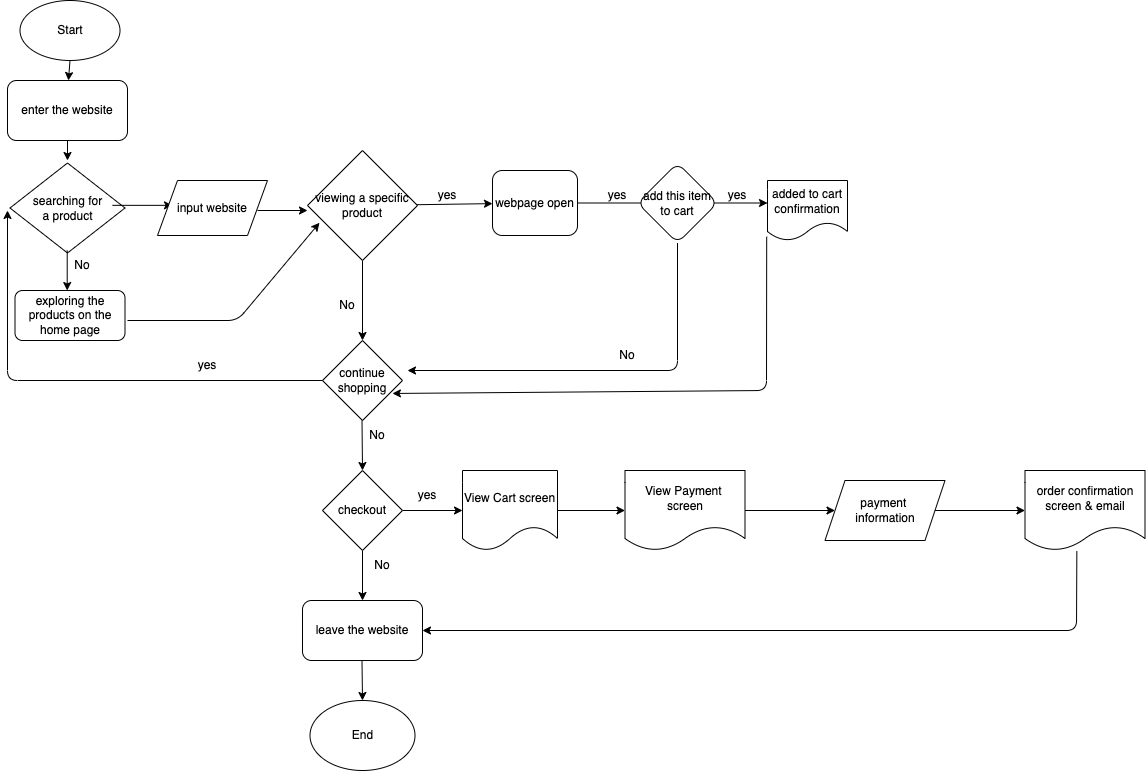
Before: explore/diagramming/diagram.drawio.png, a diagram exported from draw.io (jiaxin-yeah/fa22-cse110-lab4). Source tidied: cells renumbered, new cells last; positions are measured from the earlier drawing's top-left corner, leaving out a move shared by most shapes.
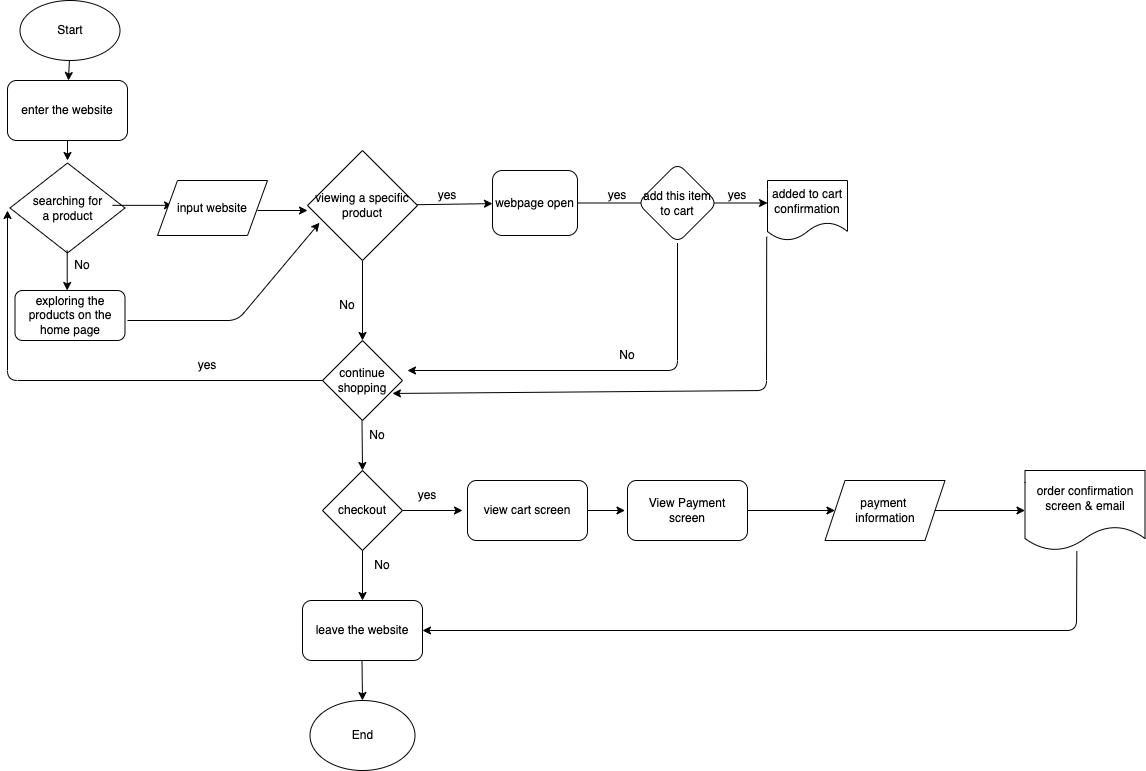
The same file after the commit.

What changed in the source:
```diff
@@ -133,8 +133,10 @@
         <mxPoint x="355" y="600" as="targetPoint" />
       </mxGeometry>
     </mxCell>
-    <mxCell id="33" style="edgeStyle=none;html=1;" parent="1" edge="1" source="34" target="41">
-      <mxGeometry relative="1" as="geometry" />
+    <mxCell id="33" style="edgeStyle=none;html=1;" parent="1" edge="1" source="34">
+      <mxGeometry relative="1" as="geometry">
+        <mxPoint x="455" y="510" as="targetPoint" />
+      </mxGeometry>
     </mxCell>
     <mxCell id="34" value="checkout" style="rhombus;whiteSpace=wrap;html=1;" parent="1" vertex="1">
       <mxGeometry x="315" y="470" width="80" height="80" as="geometry" />
@@ -157,21 +159,20 @@
         <mxPoint x="355" y="700" as="targetPoint" />
       </mxGeometry>
     </mxCell>
-    <mxCell id="40" style="edgeStyle=none;html=1;" parent="1" edge="1" source="41" target="44">
-      <mxGeometry relative="1" as="geometry" />
+    <mxCell id="40" style="edgeStyle=none;html=1;" parent="1" edge="1">
+      <mxGeometry relative="1" as="geometry">
+        <mxPoint x="550" y="510" as="sourcePoint" />
+        <mxPoint x="617.5" y="510" as="targetPoint" />
+      </mxGeometry>
     </mxCell>
-    <mxCell id="41" value="View Cart screen" style="shape=document;whiteSpace=wrap;html=1;boundedLbl=1;" parent="1" vertex="1">
-      <mxGeometry x="455" y="470" width="95" height="80" as="geometry" />
-    </mxCell>
     <mxCell id="42" value="yes" style="text;html=1;strokeColor=none;fillColor=none;align=center;verticalAlign=middle;whiteSpace=wrap;rounded=0;" parent="1" vertex="1">
       <mxGeometry x="390" y="480" width="60" height="30" as="geometry" />
     </mxCell>
-    <mxCell id="43" style="edgeStyle=none;html=1;" parent="1" edge="1" source="44" target="46">
-      <mxGeometry relative="1" as="geometry" />
+    <mxCell id="43" style="edgeStyle=none;html=1;" parent="1" edge="1" target="46">
+      <mxGeometry relative="1" as="geometry">
+        <mxPoint x="737.5" y="510" as="sourcePoint" />
+      </mxGeometry>
     </mxCell>
-    <mxCell id="44" value="View Payment &lt;br&gt;screen" style="shape=document;whiteSpace=wrap;html=1;boundedLbl=1;" parent="1" vertex="1">
-      <mxGeometry x="617.5" y="470" width="120" height="80" as="geometry" />
-    </mxCell>
     <mxCell id="45" style="edgeStyle=none;html=1;" parent="1" edge="1" source="46" target="47">
       <mxGeometry relative="1" as="geometry" />
     </mxCell>
@@ -188,5 +189,11 @@
         </Array>
       </mxGeometry>
     </mxCell>
+    <mxCell id="49" value="view cart screen" style="rounded=1;whiteSpace=wrap;html=1;" parent="1" vertex="1">
+      <mxGeometry x="460" y="480" width="120" height="60" as="geometry" />
+    </mxCell>
+    <mxCell id="44" value="&lt;span&gt;View Payment&lt;/span&gt;&lt;br&gt;&lt;span&gt;screen&lt;/span&gt;" style="rounded=1;whiteSpace=wrap;html=1;" parent="1" vertex="1">
+      <mxGeometry x="620" y="480" width="120" height="60" as="geometry" />
+    </mxCell>
   </root>
 </mxGraphModel>
```
